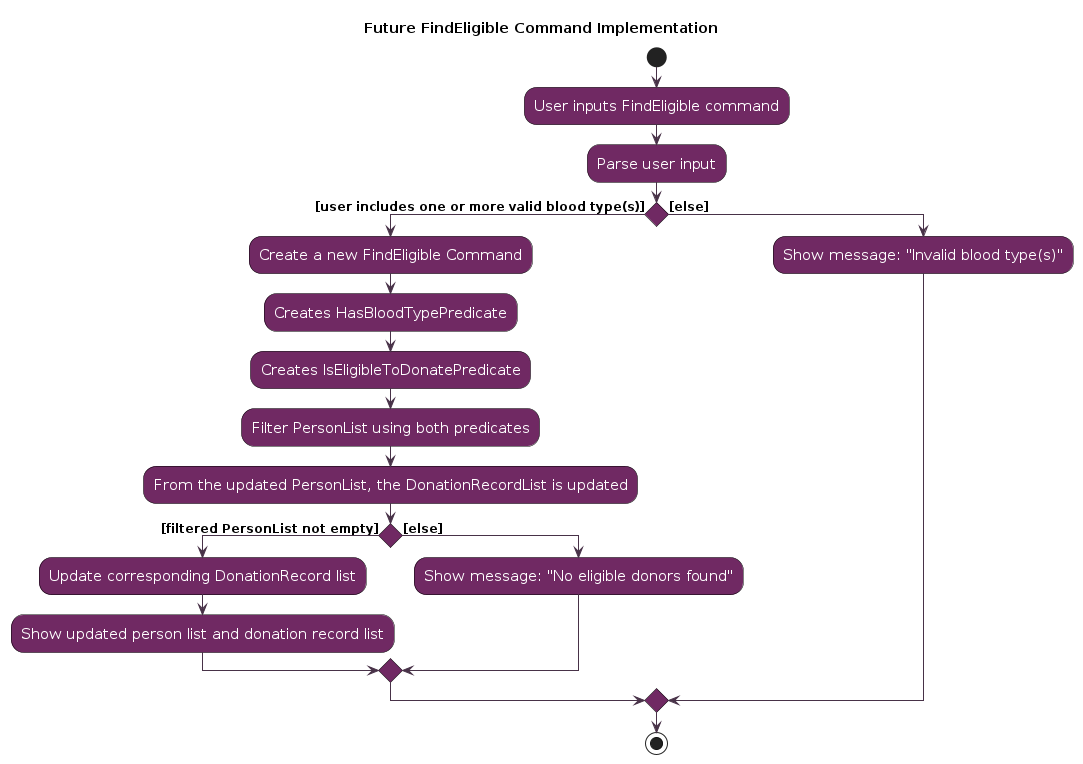
Above: diagrams/FutureUIImplementationForFindEligible.png in AY2526S1-CS2103T-T16-4/tp (PlantUML), before the change. Its source is kept beside it as diagrams/FutureUIImplementationForFindEligible.puml.
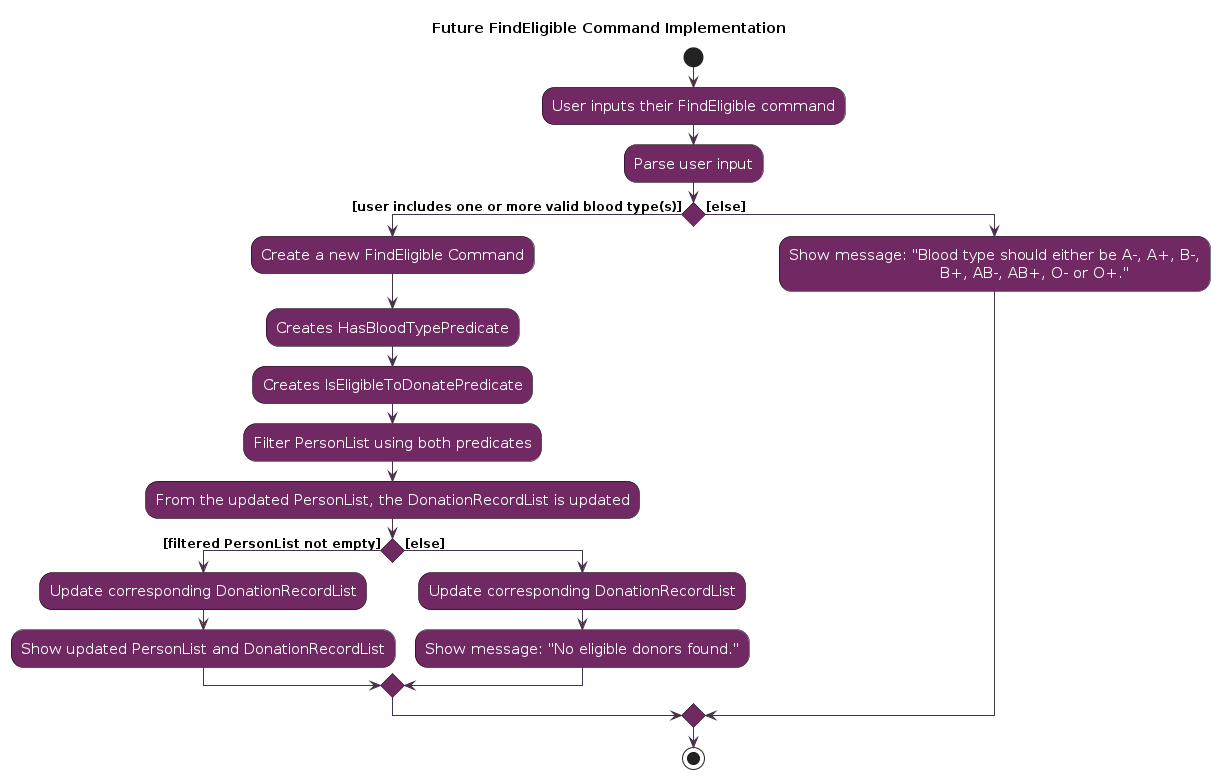
After the commit.

What changed in the source:
```diff
@@ -11,8 +11,9 @@
 skinparam ArrowFontSize 12
 
 start
-:User inputs FindEligible command;
+:User inputs their FindEligible command;
 :Parse user input;
+
 
 if ()then ([user includes one or more valid blood type(s)])
     :Create a new FindEligible Command;
@@ -21,13 +22,15 @@
     :Filter PersonList using both predicates;
     :From the updated PersonList, the DonationRecordList is updated;
     if () then([filtered PersonList not empty])
-        :Update corresponding DonationRecord list;
-        :Show updated person list and donation record list;
+        :Update corresponding DonationRecordList;
+        :Show updated PersonList and DonationRecordList;
     else([else])
-        :Show message: "No eligible donors found";
+        :Update corresponding DonationRecordList;
+        :Show message: "No eligible donors found.";
     endif
 else ([else])
-    :Show message: "Invalid blood type(s)";
+    :Show message: "Blood type should either be A-, A+, B-,
+                    B+, AB-, AB+, O- or O+.";
 endif
 stop
 @enduml
```
